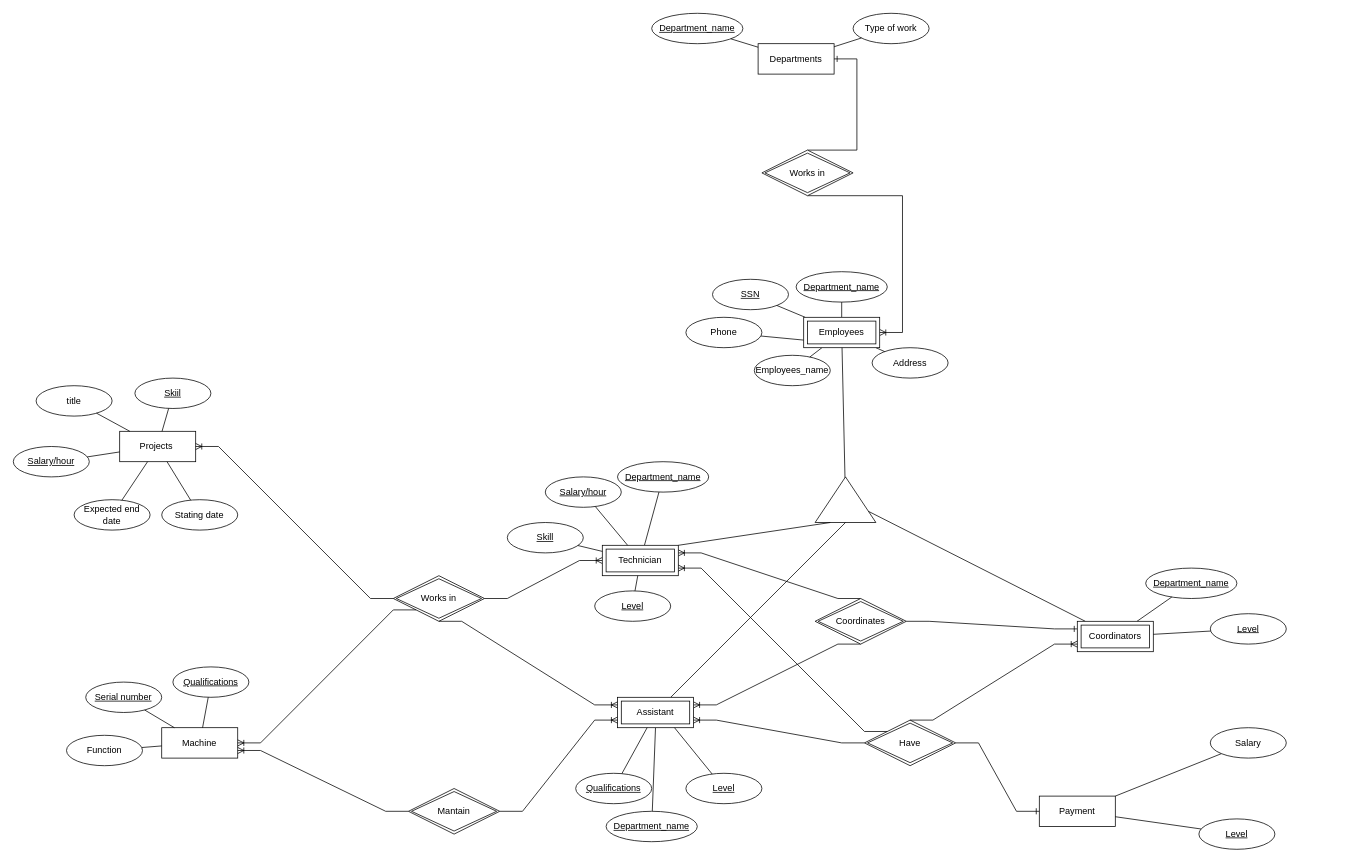
TrungNgo21/ERD_SQL keeps this draw.io diagram as Bridge Company Diagram.drawio. Above is the earlier version. Source tidied: cells renumbered, new cells numbered last; positions are measured from the earlier drawing's top-left corner, leaving out a move shared by most shapes. Both pictures are drawn from the tidied source at 76%, with x=0, y=0 at pixel (13, 13).
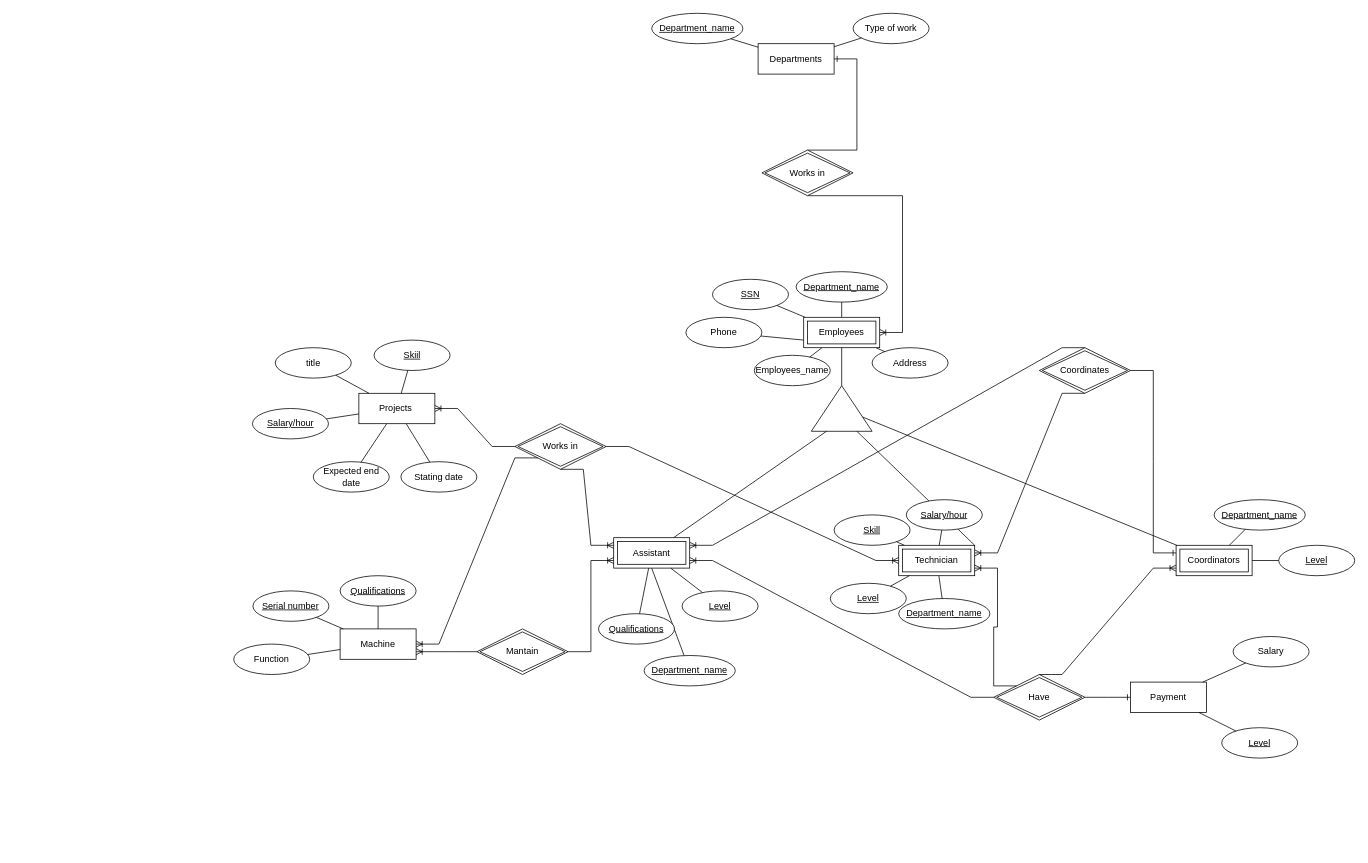
The same page after the edit.

The edit, as a diff of the source:
```diff
@@
     <mxCell id="6" style="triangle;whiteSpace=wrap;html=1;direction=north;" parent="1" vertex="1">
-      <mxGeometry x="1055" y="610" width="80" height="60" as="geometry" />
+      <mxGeometry x="1050" y="490" width="80" height="60" as="geometry" />
     </mxCell>
-    <mxCell id="7" style="endArrow=none;html=1;rounded=0;exitX=0;exitY=0.5;exitDx=0;exitDy=0;" parent="1" edge="1" source="6" target="47">
+    <mxCell id="7" style="endArrow=none;html=1;rounded=0;exitX=0;exitY=0.25;exitDx=0;exitDy=0;" parent="1" edge="1" source="6" target="47">
       <mxGeometry relative="1" as="geometry" />
     </mxCell>
@@
     <mxCell id="9" value="Projects&amp;nbsp;" style="whiteSpace=wrap;html=1;align=center;" parent="1" vertex="1">
-      <mxGeometry x="140" y="550" width="100" height="40" as="geometry" />
+      <mxGeometry x="454.7" y="500" width="100" height="40" as="geometry" />
     </mxCell>
@@
-    <mxCell id="21" style="edgeStyle=entityRelationEdgeStyle;fontSize=12;html=1;endArrow=ERoneToMany;rounded=0;exitX=0.5;exitY=0;exitDx=0;exitDy=0;entryX=1;entryY=0.25;entryDx=0;entryDy=0;" parent="1" edge="1" source="24" target="42">
+    <mxCell id="21" style="edgeStyle=entityRelationEdgeStyle;fontSize=12;html=1;endArrow=ERoneToMany;rounded=0;exitX=0.5;exitY=1;exitDx=0;exitDy=0;entryX=1;entryY=0.25;entryDx=0;entryDy=0;" parent="1" edge="1" source="24" target="42">
       <mxGeometry relative="1" as="geometry" />
     </mxCell>
-    <mxCell id="22" style="edgeStyle=entityRelationEdgeStyle;fontSize=12;html=1;endArrow=ERoneToMany;rounded=0;exitX=0.5;exitY=1;exitDx=0;exitDy=0;entryX=1;entryY=0.25;entryDx=0;entryDy=0;" parent="1" edge="1" source="24" target="47">
+    <mxCell id="22" style="edgeStyle=entityRelationEdgeStyle;fontSize=12;html=1;endArrow=ERoneToMany;rounded=0;entryX=1;entryY=0.25;entryDx=0;entryDy=0;exitX=0.5;exitY=0;exitDx=0;exitDy=0;" parent="1" edge="1" source="24" target="47">
       <mxGeometry relative="1" as="geometry" />
     </mxCell>
@@
     <mxCell id="24" value="Coordinates" style="shape=rhombus;double=1;perimeter=rhombusPerimeter;whiteSpace=wrap;html=1;align=center;" parent="1" vertex="1">
-      <mxGeometry x="1055" y="770" width="120" height="60" as="geometry" />
+      <mxGeometry x="1350" y="440" width="120" height="60" as="geometry" />
     </mxCell>
@@
     <mxCell id="26" value="Department_name" style="ellipse;whiteSpace=wrap;html=1;align=center;fontStyle=4;" parent="1" vertex="1">
-      <mxGeometry x="1490" y="730" width="120" height="40" as="geometry" />
+      <mxGeometry x="1580" y="640" width="120" height="40" as="geometry" />
     </mxCell>
     <mxCell id="27" value="Department_name" style="ellipse;whiteSpace=wrap;html=1;align=center;fontStyle=4;" parent="1" vertex="1">
-      <mxGeometry x="795" y="590" width="120" height="40" as="geometry" />
+      <mxGeometry x="1165" y="770" width="120" height="40" as="geometry" />
     </mxCell>
@@
     <mxCell id="32" value="Department_name" style="ellipse;whiteSpace=wrap;html=1;align=center;fontStyle=4;" parent="1" vertex="1">
-      <mxGeometry x="780" y="1050" width="120" height="40" as="geometry" />
+      <mxGeometry x="830" y="845" width="120" height="40" as="geometry" />
     </mxCell>
     <mxCell id="33" value="Coordinators" style="shape=ext;margin=3;double=1;whiteSpace=wrap;html=1;align=center;" parent="1" vertex="1">
-      <mxGeometry x="1400" y="800" width="100" height="40" as="geometry" />
+      <mxGeometry x="1530" y="700" width="100" height="40" as="geometry" />
     </mxCell>
@@
     <mxCell id="37" value="Works in" style="shape=rhombus;double=1;perimeter=rhombusPerimeter;whiteSpace=wrap;html=1;align=center;" parent="1" vertex="1">
-      <mxGeometry x="500" y="740" width="120" height="60" as="geometry" />
+      <mxGeometry x="660" y="540" width="120" height="60" as="geometry" />
     </mxCell>
     <mxCell id="38" value="Skiil" style="ellipse;whiteSpace=wrap;html=1;align=center;fontStyle=4;" parent="1" vertex="1">
-      <mxGeometry x="160" y="480" width="100" height="40" as="geometry" />
+      <mxGeometry x="474.7" y="430" width="100" height="40" as="geometry" />
     </mxCell>
@@
     <mxCell id="42" value="Technician" style="shape=ext;margin=3;double=1;whiteSpace=wrap;html=1;align=center;" parent="1" vertex="1">
-      <mxGeometry x="775" y="700" width="100" height="40" as="geometry" />
+      <mxGeometry x="1165" y="700" width="100" height="40" as="geometry" />
     </mxCell>
-    <mxCell id="43" style="endArrow=none;html=1;rounded=0;entryX=0;entryY=0.25;entryDx=0;entryDy=0;exitX=1;exitY=0;exitDx=0;exitDy=0;" parent="1" edge="1" source="42" target="6">
+    <mxCell id="43" style="endArrow=none;html=1;rounded=0;entryX=0;entryY=0.75;entryDx=0;entryDy=0;exitX=1;exitY=0;exitDx=0;exitDy=0;" parent="1" edge="1" source="42" target="6">
       <mxGeometry relative="1" as="geometry" />
     </mxCell>
     <mxCell id="44" value="Stating date" style="ellipse;whiteSpace=wrap;html=1;align=center;" parent="1" vertex="1">
-      <mxGeometry x="195.3" y="640" width="100" height="40" as="geometry" />
+      <mxGeometry x="510" y="590" width="100" height="40" as="geometry" />
     </mxCell>
     <mxCell id="45" value="Skill" style="ellipse;whiteSpace=wrap;html=1;align=center;fontStyle=4;" parent="1" vertex="1">
-      <mxGeometry x="650" y="670" width="100" height="40" as="geometry" />
+      <mxGeometry x="1080" y="660" width="100" height="40" as="geometry" />
     </mxCell>
@@
     <mxCell id="47" value="Assistant" style="shape=ext;margin=3;double=1;whiteSpace=wrap;html=1;align=center;" parent="1" vertex="1">
-      <mxGeometry x="795" y="900" width="100" height="40" as="geometry" />
+      <mxGeometry x="790" y="690" width="100" height="40" as="geometry" />
     </mxCell>
     <mxCell id="48" value="&lt;u&gt;Salary/hour&lt;/u&gt;" style="ellipse;whiteSpace=wrap;html=1;align=center;" parent="1" vertex="1">
-      <mxGeometry y="570" width="100" height="40" as="geometry" />
+      <mxGeometry x="314.7" y="520" width="100" height="40" as="geometry" />
     </mxCell>
     <mxCell id="49" value="Expected end date" style="ellipse;whiteSpace=wrap;html=1;align=center;" parent="1" vertex="1">
-      <mxGeometry x="80" y="640" width="100" height="40" as="geometry" />
+      <mxGeometry x="394.7" y="590" width="100" height="40" as="geometry" />
     </mxCell>
     <mxCell id="50" value="title" style="ellipse;whiteSpace=wrap;html=1;align=center;" parent="1" vertex="1">
-      <mxGeometry x="30" y="490" width="100" height="40" as="geometry" />
+      <mxGeometry x="344.7" y="440" width="100" height="40" as="geometry" />
     </mxCell>
@@
     <mxCell id="55" value="Machine" style="whiteSpace=wrap;html=1;align=center;" parent="1" vertex="1">
-      <mxGeometry x="195.3" y="940" width="100" height="40" as="geometry" />
+      <mxGeometry x="430" y="810" width="100" height="40" as="geometry" />
     </mxCell>
@@
     <mxCell id="58" value="Serial number" style="ellipse;whiteSpace=wrap;html=1;align=center;fontStyle=4;" parent="1" vertex="1">
-      <mxGeometry x="95.3" y="880" width="100" height="40" as="geometry" />
+      <mxGeometry x="315.3" y="760" width="100" height="40" as="geometry" />
     </mxCell>
     <mxCell id="59" value="Function" style="ellipse;whiteSpace=wrap;html=1;align=center;" parent="1" vertex="1">
-      <mxGeometry x="70" y="950" width="100" height="40" as="geometry" />
+      <mxGeometry x="290" y="830" width="100" height="40" as="geometry" />
     </mxCell>
@@
     <mxCell id="62" value="Mantain" style="shape=rhombus;double=1;perimeter=rhombusPerimeter;whiteSpace=wrap;html=1;align=center;" parent="1" vertex="1">
-      <mxGeometry x="520" y="1020" width="120" height="60" as="geometry" />
+      <mxGeometry x="610" y="810" width="120" height="60" as="geometry" />
     </mxCell>
     <mxCell id="63" value="Qualifications" style="ellipse;whiteSpace=wrap;html=1;align=center;fontStyle=4;" parent="1" vertex="1">
-      <mxGeometry x="210" y="860" width="100" height="40" as="geometry" />
+      <mxGeometry x="430" y="740" width="100" height="40" as="geometry" />
     </mxCell>
     <mxCell id="64" value="Qualifications" style="ellipse;whiteSpace=wrap;html=1;align=center;fontStyle=4;" parent="1" vertex="1">
-      <mxGeometry x="740" y="1000" width="100" height="40" as="geometry" />
+      <mxGeometry x="770" y="790" width="100" height="40" as="geometry" />
     </mxCell>
@@
     <mxCell id="69" value="&lt;u&gt;Level&lt;/u&gt;" style="ellipse;whiteSpace=wrap;html=1;align=center;" parent="1" vertex="1">
-      <mxGeometry x="1575" y="790" width="100" height="40" as="geometry" />
+      <mxGeometry x="1665" y="700" width="100" height="40" as="geometry" />
     </mxCell>
     <mxCell id="70" value="&lt;u&gt;Level&lt;/u&gt;" style="ellipse;whiteSpace=wrap;html=1;align=center;" parent="1" vertex="1">
-      <mxGeometry x="885" y="1000" width="100" height="40" as="geometry" />
+      <mxGeometry x="880" y="760" width="100" height="40" as="geometry" />
     </mxCell>
     <mxCell id="71" value="&lt;u&gt;Level&lt;/u&gt;" style="ellipse;whiteSpace=wrap;html=1;align=center;" parent="1" vertex="1">
-      <mxGeometry x="765" y="760" width="100" height="40" as="geometry" />
+      <mxGeometry x="1075" y="750" width="100" height="40" as="geometry" />
     </mxCell>
     <mxCell id="72" value="&lt;u&gt;Salary/hour&lt;/u&gt;" style="ellipse;whiteSpace=wrap;html=1;align=center;" parent="1" vertex="1">
-      <mxGeometry x="700" y="610" width="100" height="40" as="geometry" />
+      <mxGeometry x="1175" y="640" width="100" height="40" as="geometry" />
     </mxCell>
@@
     <mxCell id="77" value="Payment" style="whiteSpace=wrap;html=1;align=center;" parent="1" vertex="1">
-      <mxGeometry x="1350" y="1030" width="100" height="40" as="geometry" />
+      <mxGeometry x="1470" y="880" width="100" height="40" as="geometry" />
     </mxCell>
     <mxCell id="78" value="&lt;u&gt;Level&lt;/u&gt;" style="ellipse;whiteSpace=wrap;html=1;align=center;" parent="1" vertex="1">
-      <mxGeometry x="1560" y="1060" width="100" height="40" as="geometry" />
+      <mxGeometry x="1590" y="940" width="100" height="40" as="geometry" />
     </mxCell>
     <mxCell id="79" value="Salary" style="ellipse;whiteSpace=wrap;html=1;align=center;" parent="1" vertex="1">
-      <mxGeometry x="1575" y="940" width="100" height="40" as="geometry" />
+      <mxGeometry x="1605" y="820" width="100" height="40" as="geometry" />
     </mxCell>
@@
     <mxCell id="83" value="Have" style="shape=rhombus;double=1;perimeter=rhombusPerimeter;whiteSpace=wrap;html=1;align=center;" parent="1" vertex="1">
-      <mxGeometry x="1120" y="930" width="120" height="60" as="geometry" />
+      <mxGeometry x="1290" y="870" width="120" height="60" as="geometry" />
     </mxCell>
```
